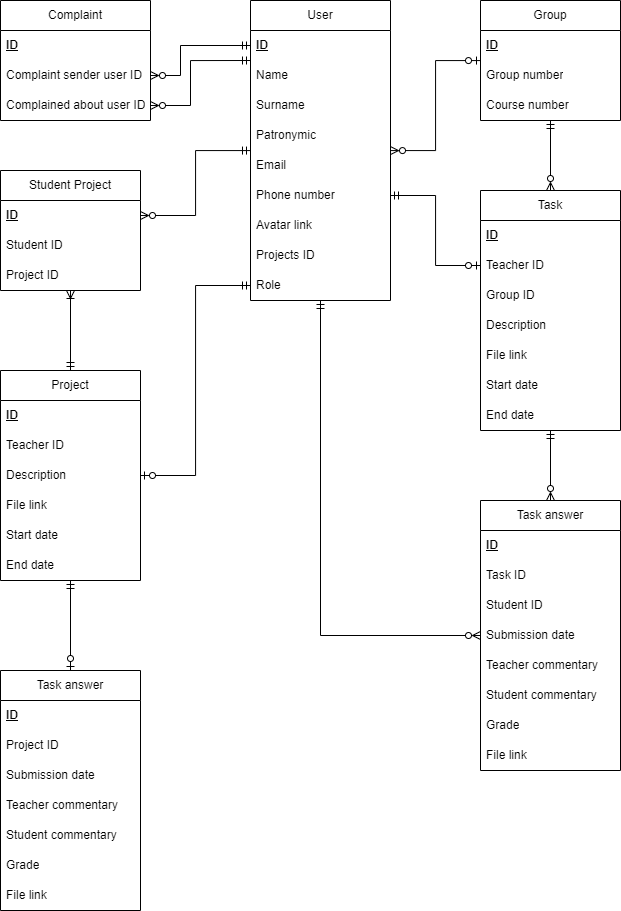
Before: Diagrams/ER diagram/ER-диаграмма.png, a diagram exported from draw.io (daniilShestopalov/Group_project_on_programming-_technologies-ProjectPal-). Source tidied: cells renumbered, new cells last; positions are measured from the earlier drawing's top-left corner, leaving out a move shared by most shapes.
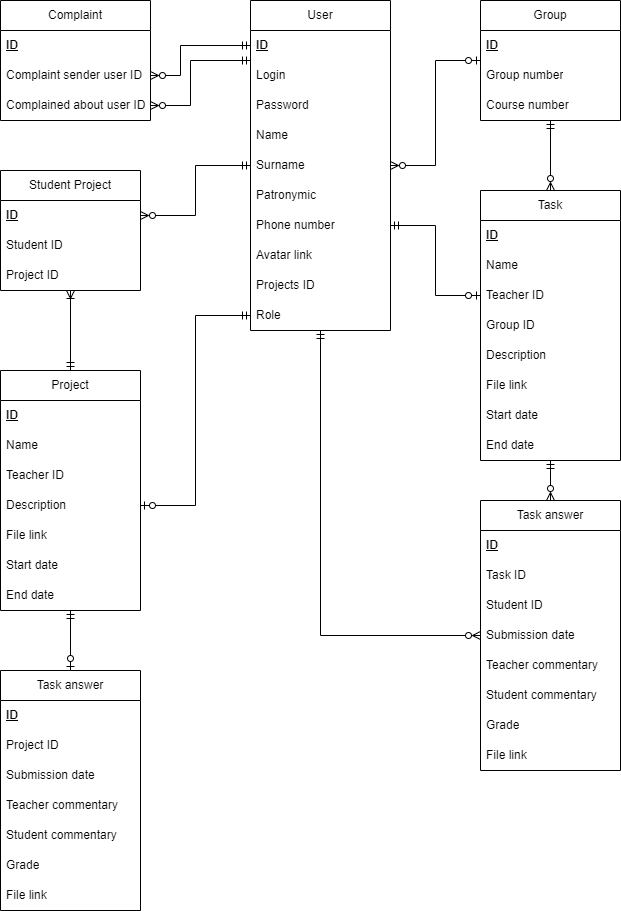
After the commit.

The edit, as a diff of the source:
```diff
@@ -3,61 +3,67 @@
     <mxCell id="0" />
     <mxCell id="1" parent="0" />
     <mxCell id="2" value="User" style="swimlane;fontStyle=0;horizontal=1;startSize=30;whiteSpace=wrap;html=1;" parent="1" vertex="1">
-      <mxGeometry x="250" width="140" height="300" as="geometry" />
+      <mxGeometry x="250" width="140" height="330" as="geometry" />
     </mxCell>
     <mxCell id="3" value="&lt;b&gt;&lt;u&gt;ID&lt;/u&gt;&lt;/b&gt;" style="text;strokeColor=none;fillColor=none;align=left;verticalAlign=middle;spacingLeft=4;spacingRight=4;overflow=hidden;points=[[0,0.5],[1,0.5]];portConstraint=eastwest;whiteSpace=wrap;html=1;" parent="2" vertex="1">
       <mxGeometry y="30" width="140" height="30" as="geometry" />
     </mxCell>
+    <mxCell id="7" value="Login" style="text;strokeColor=none;fillColor=none;align=left;verticalAlign=middle;spacingLeft=4;spacingRight=4;overflow=hidden;whiteSpace=wrap;html=1;" parent="2" vertex="1">
+      <mxGeometry y="60" width="140" height="30" as="geometry" />
+    </mxCell>
+    <mxCell id="67" value="Password" style="text;strokeColor=none;fillColor=none;align=left;verticalAlign=middle;spacingLeft=4;spacingRight=4;overflow=hidden;whiteSpace=wrap;html=1;" parent="2" vertex="1">
+      <mxGeometry y="90" width="140" height="30" as="geometry" />
+    </mxCell>
     <mxCell id="4" value="Name&amp;nbsp;" style="text;strokeColor=none;fillColor=none;align=left;verticalAlign=middle;spacingLeft=4;spacingRight=4;overflow=hidden;whiteSpace=wrap;html=1;" parent="2" vertex="1">
-      <mxGeometry y="60" width="140" height="30" as="geometry" />
+      <mxGeometry y="120" width="140" height="30" as="geometry" />
     </mxCell>
     <mxCell id="5" value="Surname" style="text;strokeColor=none;fillColor=none;align=left;verticalAlign=middle;spacingLeft=4;spacingRight=4;overflow=hidden;whiteSpace=wrap;html=1;" parent="2" vertex="1">
-      <mxGeometry y="90" width="140" height="30" as="geometry" />
+      <mxGeometry y="150" width="140" height="30" as="geometry" />
     </mxCell>
     <mxCell id="6" value="Patronymic" style="text;strokeColor=none;fillColor=none;align=left;verticalAlign=middle;spacingLeft=4;spacingRight=4;overflow=hidden;whiteSpace=wrap;html=1;" parent="2" vertex="1">
-      <mxGeometry y="120" width="140" height="30" as="geometry" />
+      <mxGeometry y="180" width="140" height="30" as="geometry" />
     </mxCell>
-    <mxCell id="7" value="Email" style="text;strokeColor=none;fillColor=none;align=left;verticalAlign=middle;spacingLeft=4;spacingRight=4;overflow=hidden;whiteSpace=wrap;html=1;" parent="2" vertex="1">
-      <mxGeometry y="150" width="140" height="30" as="geometry" />
-    </mxCell>
     <mxCell id="8" value="Phone number" style="text;strokeColor=none;fillColor=none;align=left;verticalAlign=middle;spacingLeft=4;spacingRight=4;overflow=hidden;points=[[0,0.5],[1,0.5]];portConstraint=eastwest;whiteSpace=wrap;html=1;" parent="2" vertex="1">
-      <mxGeometry y="180" width="140" height="30" as="geometry" />
+      <mxGeometry y="210" width="140" height="30" as="geometry" />
     </mxCell>
     <mxCell id="9" value="Avatar link" style="text;strokeColor=none;fillColor=none;align=left;verticalAlign=middle;spacingLeft=4;spacingRight=4;overflow=hidden;whiteSpace=wrap;html=1;" parent="2" vertex="1">
-      <mxGeometry y="210" width="140" height="30" as="geometry" />
+      <mxGeometry y="240" width="140" height="30" as="geometry" />
     </mxCell>
     <mxCell id="10" value="Projects ID" style="text;strokeColor=none;fillColor=none;align=left;verticalAlign=middle;spacingLeft=4;spacingRight=4;overflow=hidden;whiteSpace=wrap;html=1;" parent="2" vertex="1">
-      <mxGeometry y="240" width="140" height="30" as="geometry" />
+      <mxGeometry y="270" width="140" height="30" as="geometry" />
     </mxCell>
     <mxCell id="11" value="Role" style="text;strokeColor=none;fillColor=none;align=left;verticalAlign=middle;spacingLeft=4;spacingRight=4;overflow=hidden;points=[[0,0.5],[1,0.5]];portConstraint=eastwest;whiteSpace=wrap;html=1;" parent="2" vertex="1">
-      <mxGeometry y="270" width="140" height="30" as="geometry" />
+      <mxGeometry y="300" width="140" height="30" as="geometry" />
     </mxCell>
     <mxCell id="12" style="edgeStyle=orthogonalEdgeStyle;rounded=0;jettySize=auto;html=1;exitX=0.5;exitY=0;exitDx=0;exitDy=0;endArrow=ERmandOne;endFill=0;startArrow=ERzeroToMany;startFill=0;" parent="1" edge="1" source="13" target="35">
       <mxGeometry relative="1" as="geometry" />
     </mxCell>
     <mxCell id="13" value="Task" style="swimlane;fontStyle=0;horizontal=1;startSize=30;whiteSpace=wrap;html=1;" parent="1" vertex="1">
-      <mxGeometry x="480" y="190" width="140" height="240" as="geometry" />
+      <mxGeometry x="480" y="190" width="140" height="270" as="geometry" />
     </mxCell>
     <mxCell id="14" value="&lt;b&gt;&lt;u&gt;ID&lt;/u&gt;&lt;/b&gt;" style="text;strokeColor=none;fillColor=none;align=left;verticalAlign=middle;spacingLeft=4;spacingRight=4;overflow=hidden;whiteSpace=wrap;html=1;" parent="13" vertex="1">
       <mxGeometry y="30" width="140" height="30" as="geometry" />
     </mxCell>
+    <mxCell id="68" value="Name" style="text;strokeColor=none;fillColor=none;align=left;verticalAlign=middle;spacingLeft=4;spacingRight=4;overflow=hidden;whiteSpace=wrap;html=1;" parent="13" vertex="1">
+      <mxGeometry y="60" width="140" height="30" as="geometry" />
+    </mxCell>
     <mxCell id="15" value="Teacher ID" style="text;strokeColor=none;fillColor=none;align=left;verticalAlign=middle;spacingLeft=4;spacingRight=4;overflow=hidden;points=[[0,0.5],[1,0.5]];portConstraint=eastwest;whiteSpace=wrap;html=1;" parent="13" vertex="1">
-      <mxGeometry y="60" width="140" height="30" as="geometry" />
+      <mxGeometry y="90" width="140" height="30" as="geometry" />
     </mxCell>
     <mxCell id="16" value="Group ID" style="text;strokeColor=none;fillColor=none;align=left;verticalAlign=middle;spacingLeft=4;spacingRight=4;overflow=hidden;whiteSpace=wrap;html=1;" parent="13" vertex="1">
-      <mxGeometry y="90" width="140" height="30" as="geometry" />
+      <mxGeometry y="120" width="140" height="30" as="geometry" />
     </mxCell>
     <mxCell id="17" value="Description" style="text;strokeColor=none;fillColor=none;align=left;verticalAlign=middle;spacingLeft=4;spacingRight=4;overflow=hidden;whiteSpace=wrap;html=1;" parent="13" vertex="1">
-      <mxGeometry y="120" width="140" height="30" as="geometry" />
+      <mxGeometry y="150" width="140" height="30" as="geometry" />
     </mxCell>
     <mxCell id="18" value="File link" style="text;strokeColor=none;fillColor=none;align=left;verticalAlign=middle;spacingLeft=4;spacingRight=4;overflow=hidden;whiteSpace=wrap;html=1;" parent="13" vertex="1">
-      <mxGeometry y="150" width="140" height="30" as="geometry" />
+      <mxGeometry y="180" width="140" height="30" as="geometry" />
     </mxCell>
     <mxCell id="19" value="Start date" style="text;strokeColor=none;fillColor=none;align=left;verticalAlign=middle;spacingLeft=4;spacingRight=4;overflow=hidden;whiteSpace=wrap;html=1;" parent="13" vertex="1">
-      <mxGeometry y="180" width="140" height="30" as="geometry" />
+      <mxGeometry y="210" width="140" height="30" as="geometry" />
     </mxCell>
     <mxCell id="20" value="End date" style="text;strokeColor=none;fillColor=none;align=left;verticalAlign=middle;spacingLeft=4;spacingRight=4;overflow=hidden;whiteSpace=wrap;html=1;" parent="13" vertex="1">
-      <mxGeometry y="210" width="140" height="30" as="geometry" />
+      <mxGeometry y="240" width="140" height="30" as="geometry" />
     </mxCell>
     <mxCell id="21" style="edgeStyle=orthogonalEdgeStyle;rounded=0;jettySize=auto;html=1;exitX=0.5;exitY=0;exitDx=0;exitDy=0;startArrow=ERzeroToMany;startFill=0;endArrow=ERmandOne;endFill=0;" parent="1" edge="1" source="22" target="13">
       <mxGeometry relative="1" as="geometry" />
@@ -146,25 +152,28 @@
       <mxGeometry relative="1" as="geometry" />
     </mxCell>
     <mxCell id="45" value="Project" style="swimlane;fontStyle=0;horizontal=1;startSize=30;whiteSpace=wrap;html=1;" parent="1" vertex="1">
-      <mxGeometry y="370" width="140" height="210" as="geometry" />
+      <mxGeometry y="370" width="140" height="240" as="geometry" />
     </mxCell>
     <mxCell id="46" value="&lt;b&gt;&lt;u&gt;ID&lt;/u&gt;&lt;/b&gt;" style="text;strokeColor=none;fillColor=none;align=left;verticalAlign=middle;spacingLeft=4;spacingRight=4;overflow=hidden;whiteSpace=wrap;html=1;" parent="45" vertex="1">
       <mxGeometry y="30" width="140" height="30" as="geometry" />
     </mxCell>
+    <mxCell id="69" value="Name" style="text;strokeColor=none;fillColor=none;align=left;verticalAlign=middle;spacingLeft=4;spacingRight=4;overflow=hidden;whiteSpace=wrap;html=1;" parent="45" vertex="1">
+      <mxGeometry y="60" width="140" height="30" as="geometry" />
+    </mxCell>
     <mxCell id="47" value="Teacher ID" style="text;strokeColor=none;fillColor=none;align=left;verticalAlign=middle;spacingLeft=4;spacingRight=4;overflow=hidden;whiteSpace=wrap;html=1;" parent="45" vertex="1">
-      <mxGeometry y="60" width="140" height="30" as="geometry" />
+      <mxGeometry y="90" width="140" height="30" as="geometry" />
     </mxCell>
     <mxCell id="48" value="Description" style="text;strokeColor=none;fillColor=none;align=left;verticalAlign=middle;spacingLeft=4;spacingRight=4;overflow=hidden;points=[[0,0.5],[1,0.5]];portConstraint=eastwest;whiteSpace=wrap;html=1;" parent="45" vertex="1">
-      <mxGeometry y="90" width="140" height="30" as="geometry" />
+      <mxGeometry y="120" width="140" height="30" as="geometry" />
     </mxCell>
     <mxCell id="49" value="File link" style="text;strokeColor=none;fillColor=none;align=left;verticalAlign=middle;spacingLeft=4;spacingRight=4;overflow=hidden;whiteSpace=wrap;html=1;" parent="45" vertex="1">
-      <mxGeometry y="120" width="140" height="30" as="geometry" />
+      <mxGeometry y="150" width="140" height="30" as="geometry" />
     </mxCell>
     <mxCell id="50" value="Start date" style="text;strokeColor=none;fillColor=none;align=left;verticalAlign=middle;spacingLeft=4;spacingRight=4;overflow=hidden;whiteSpace=wrap;html=1;" parent="45" vertex="1">
-      <mxGeometry y="150" width="140" height="30" as="geometry" />
+      <mxGeometry y="180" width="140" height="30" as="geometry" />
     </mxCell>
     <mxCell id="51" value="End date" style="text;strokeColor=none;fillColor=none;align=left;verticalAlign=middle;spacingLeft=4;spacingRight=4;overflow=hidden;whiteSpace=wrap;html=1;" parent="45" vertex="1">
-      <mxGeometry y="180" width="140" height="30" as="geometry" />
+      <mxGeometry y="210" width="140" height="30" as="geometry" />
     </mxCell>
     <mxCell id="52" style="edgeStyle=orthogonalEdgeStyle;rounded=0;jettySize=auto;html=1;exitX=0.5;exitY=0;exitDx=0;exitDy=0;endArrow=ERmandOne;endFill=0;startArrow=ERzeroToOne;startFill=0;" parent="1" edge="1" source="53" target="45">
       <mxGeometry relative="1" as="geometry" />
```
